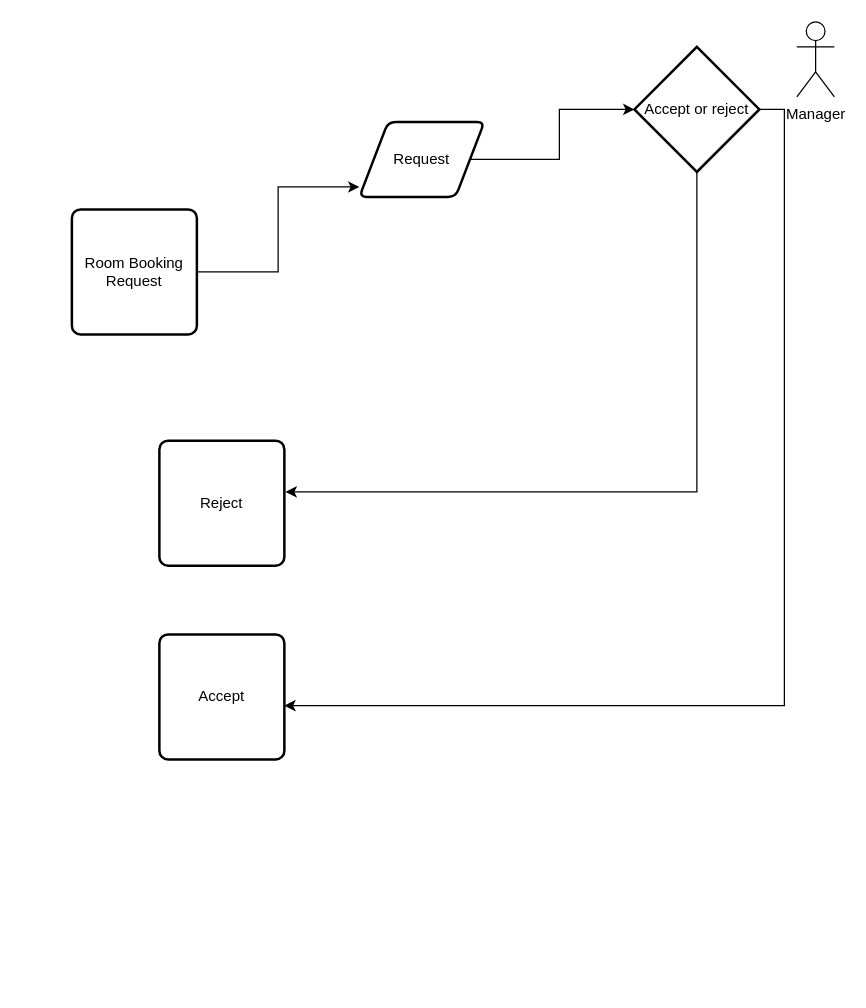
The draw.io diagram RoomBookingRequestFlow.drawio in mattwatts36/drawings, before the edit. Source tidied: cells renumbered, new cells numbered last; positions are measured from the earlier drawing's top-left corner, leaving out a move shared by most shapes. Both pictures are drawn from the tidied source at 125%, with x=0, y=0 at pixel (71, 21).
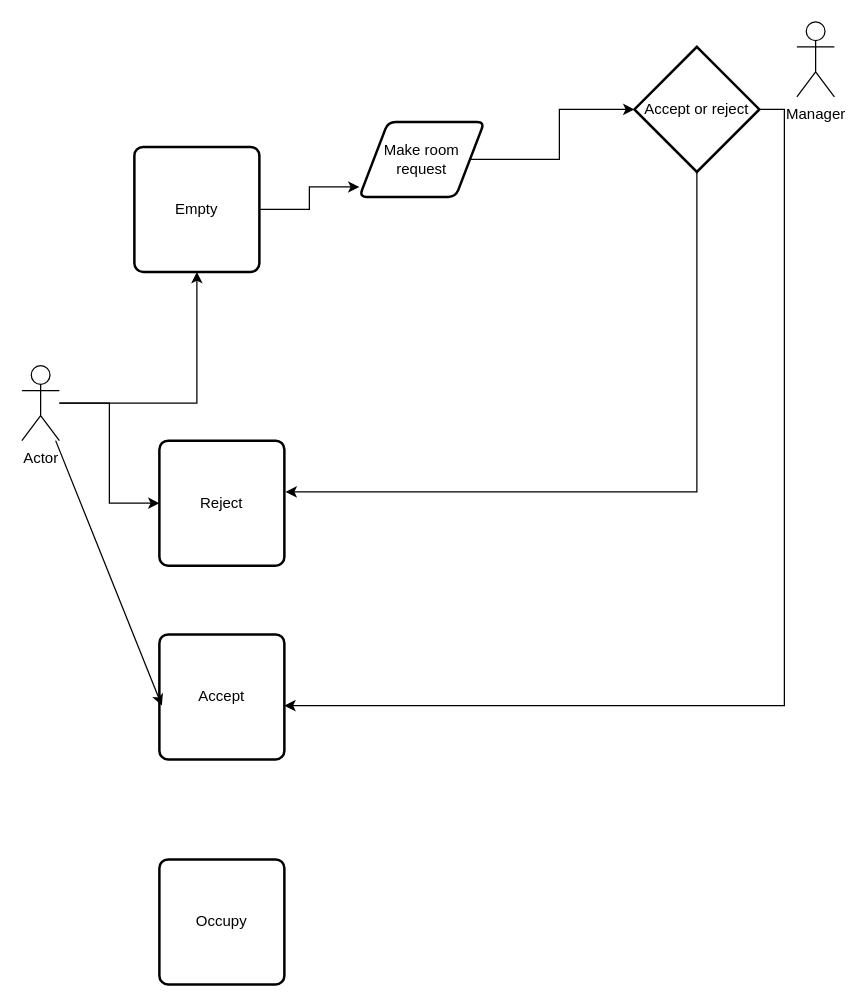
The same page after the edit.

Commit message:
Add new rooms statuses

The edit, as a diff of the source:
```diff
@@
 <mxGraphModel>
   <root>
     <mxCell id="0" />
     <mxCell id="1" parent="0" />
     <mxCell id="2" style="edgeStyle=orthogonalEdgeStyle;rounded=0;jettySize=auto;html=1;exitX=1;exitY=0.5;exitDx=0;exitDy=0;entryX=0;entryY=0.867;entryDx=0;entryDy=0;entryPerimeter=0;" parent="1" edge="1" source="3" target="5">
       <mxGeometry relative="1" as="geometry" />
     </mxCell>
-    <mxCell id="3" value="Room Booking Request" style="rounded=1;whiteSpace=wrap;html=1;absoluteArcSize=1;arcSize=14;strokeWidth=2;" parent="1" vertex="1">
-      <mxGeometry y="150" width="100" height="100" as="geometry" />
+    <mxCell id="3" value="Empty" style="rounded=1;whiteSpace=wrap;html=1;absoluteArcSize=1;arcSize=14;strokeWidth=2;" parent="1" vertex="1">
+      <mxGeometry x="50" y="100" width="100" height="100" as="geometry" />
     </mxCell>
     <mxCell id="4" style="edgeStyle=orthogonalEdgeStyle;rounded=0;jettySize=auto;html=1;exitX=1;exitY=0.5;exitDx=0;exitDy=0;entryX=0;entryY=0.5;entryDx=0;entryDy=0;entryPerimeter=0;" parent="1" edge="1" source="5" target="9">
       <mxGeometry relative="1" as="geometry" />
     </mxCell>
-    <mxCell id="5" value="Request" style="shape=parallelogram;html=1;strokeWidth=2;perimeter=parallelogramPerimeter;whiteSpace=wrap;rounded=1;arcSize=12;size=0.23;" parent="1" vertex="1">
+    <mxCell id="5" value="Make room request" style="shape=parallelogram;html=1;strokeWidth=2;perimeter=parallelogramPerimeter;whiteSpace=wrap;rounded=1;arcSize=12;size=0.23;" parent="1" vertex="1">
       <mxGeometry x="230" y="80" width="100" height="60" as="geometry" />
     </mxCell>
     <mxCell id="6" value="Manager" style="shape=umlActor;verticalLabelPosition=bottom;verticalAlign=top;html=1;" parent="1" vertex="1">
       <mxGeometry x="580" width="30" height="60" as="geometry" />
     </mxCell>
     <mxCell id="7" style="edgeStyle=orthogonalEdgeStyle;rounded=0;jettySize=auto;html=1;exitX=0.5;exitY=1;exitDx=0;exitDy=0;exitPerimeter=0;entryX=1.01;entryY=0.41;entryDx=0;entryDy=0;entryPerimeter=0;" parent="1" edge="1" source="9" target="10">
       <mxGeometry relative="1" as="geometry" />
     </mxCell>
     <mxCell id="8" style="edgeStyle=orthogonalEdgeStyle;rounded=0;jettySize=auto;html=1;exitX=1;exitY=0.5;exitDx=0;exitDy=0;exitPerimeter=0;entryX=1;entryY=0.57;entryDx=0;entryDy=0;entryPerimeter=0;" parent="1" edge="1" source="9" target="11">
       <mxGeometry relative="1" as="geometry" />
     </mxCell>
     <mxCell id="9" value="Accept or reject" style="strokeWidth=2;html=1;shape=mxgraph.flowchart.decision;whiteSpace=wrap;" parent="1" vertex="1">
       <mxGeometry x="450" y="20" width="100" height="100" as="geometry" />
     </mxCell>
     <mxCell id="10" value="Reject" style="rounded=1;whiteSpace=wrap;html=1;absoluteArcSize=1;arcSize=14;strokeWidth=2;" parent="1" vertex="1">
       <mxGeometry x="70" y="335" width="100" height="100" as="geometry" />
     </mxCell>
     <mxCell id="11" value="Accept" style="rounded=1;whiteSpace=wrap;html=1;absoluteArcSize=1;arcSize=14;strokeWidth=2;" parent="1" vertex="1">
       <mxGeometry x="70" y="490" width="100" height="100" as="geometry" />
     </mxCell>
+    <mxCell id="12" style="edgeStyle=orthogonalEdgeStyle;rounded=0;jettySize=auto;html=1;entryX=0.5;entryY=1;entryDx=0;entryDy=0;" parent="1" edge="1" source="15" target="3">
+      <mxGeometry relative="1" as="geometry" />
+    </mxCell>
+    <mxCell id="13" style="edgeStyle=orthogonalEdgeStyle;rounded=0;jettySize=auto;html=1;" parent="1" edge="1" source="15" target="10">
+      <mxGeometry relative="1" as="geometry" />
+    </mxCell>
+    <mxCell id="14" style="edgeStyle=none;rounded=0;jettySize=auto;html=1;entryX=0.02;entryY=0.57;entryDx=0;entryDy=0;entryPerimeter=0;" parent="1" edge="1" source="15" target="11">
+      <mxGeometry relative="1" as="geometry" />
+    </mxCell>
+    <mxCell id="15" value="Actor" style="shape=umlActor;verticalLabelPosition=bottom;verticalAlign=top;html=1;outlineConnect=0;" parent="1" vertex="1">
+      <mxGeometry x="-40" y="275" width="30" height="60" as="geometry" />
+    </mxCell>
+    <mxCell id="16" value="Occupy" style="rounded=1;whiteSpace=wrap;html=1;absoluteArcSize=1;arcSize=14;strokeWidth=2;" parent="1" vertex="1">
+      <mxGeometry x="70" y="670" width="100" height="100" as="geometry" />
+    </mxCell>
   </root>
 </mxGraphModel>
```
